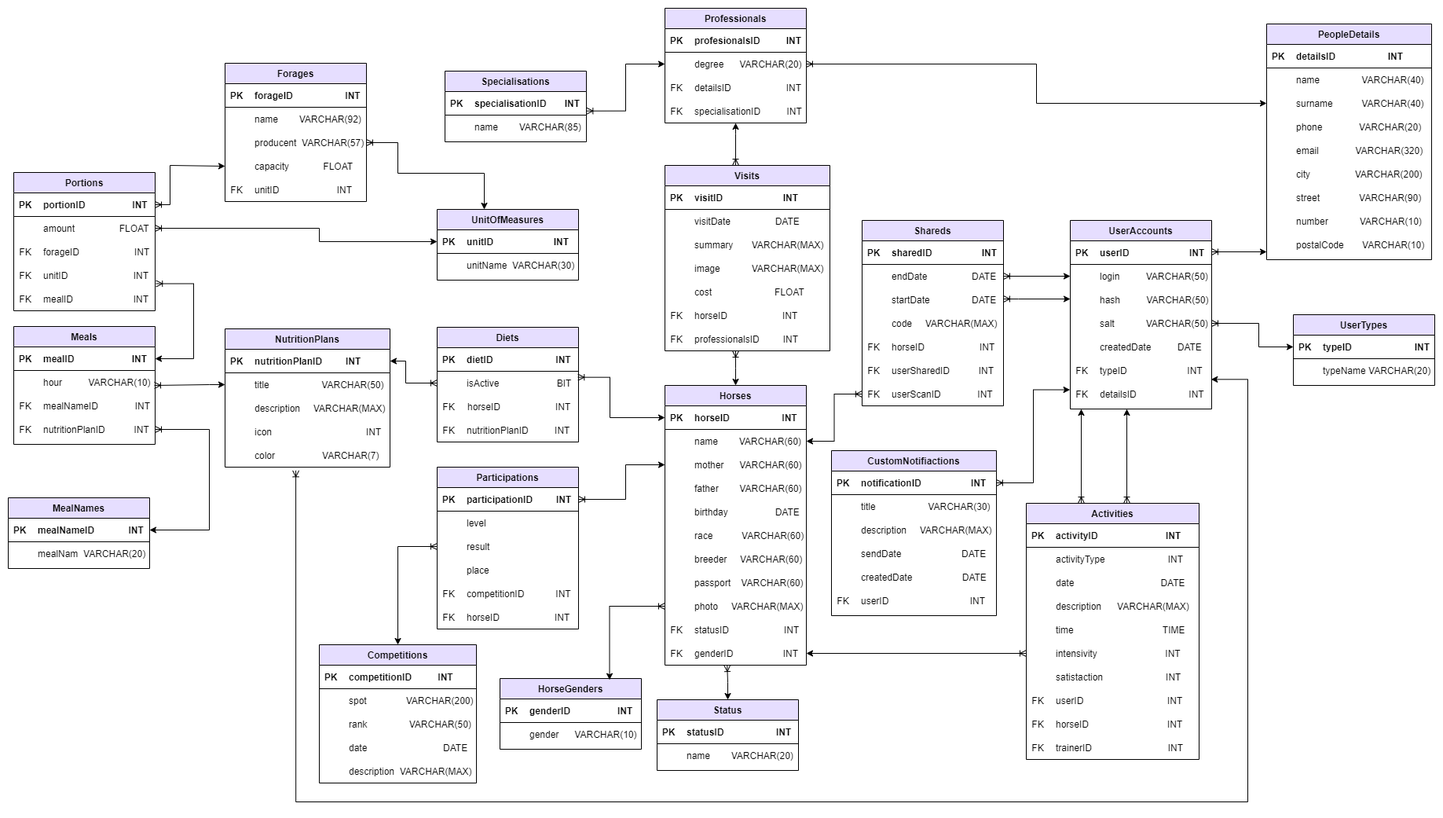
This is Diagrams/Diagram fizyczny.png from NSzymczak/HorseTracking, a draw.io export, as it was before one commit. Source tidied: cells renumbered, new cells last; positions are measured from the earlier drawing's top-left corner, leaving out a move shared by most shapes.
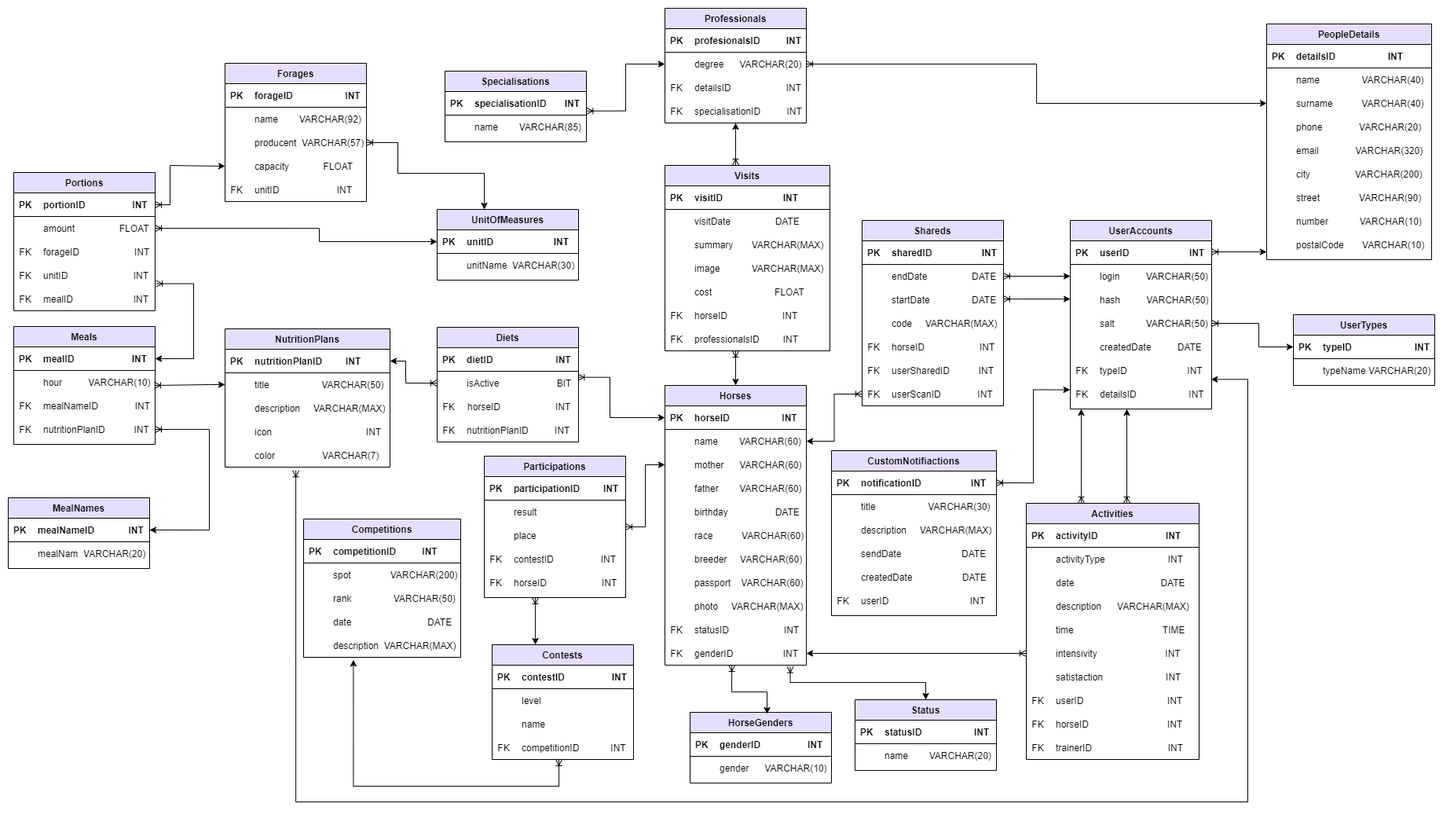
The same diagram one commit later.

What changed in the source:
```diff
@@ -354,7 +354,7 @@
       <mxGeometry x="30" width="180" height="30" as="geometry" />
     </mxCell>
     <mxCell id="119" value="Status" style="swimlane;fontStyle=1;align=center;verticalAlign=top;horizontal=1;startSize=26;rounded=0;shadow=0;strokeWidth=1;separatorColor=#000000;separatorStrokeWidth=1;swimlaneFillColor=#FFFFFF;fillColor=#E6DEFF;" parent="1" vertex="1">
-      <mxGeometry x="826" y="880" width="180" height="90" as="geometry" />
+      <mxGeometry x="1078" y="880" width="180" height="90" as="geometry" />
     </mxCell>
     <mxCell id="120" style="shape=tableRow;horizontal=0;startSize=0;swimlaneHead=0;swimlaneBody=0;fillColor=none;top=0;left=0;right=0;bottom=1;strokeColor=#000000;" parent="119" vertex="1">
       <mxGeometry y="26" width="180" height="30" as="geometry" />
@@ -375,7 +375,7 @@
       <mxGeometry x="30" width="150" height="30" as="geometry" />
     </mxCell>
     <mxCell id="126" value="HorseGenders" style="swimlane;fontStyle=1;align=center;verticalAlign=top;horizontal=1;startSize=26;rounded=0;shadow=0;strokeWidth=1;separatorColor=#000000;separatorStrokeWidth=1;swimlaneFillColor=#FFFFFF;fillColor=#E6DEFF;" parent="1" vertex="1">
-      <mxGeometry x="626" y="853" width="180" height="90" as="geometry" />
+      <mxGeometry x="868" y="896" width="180" height="90" as="geometry" />
     </mxCell>
     <mxCell id="127" style="shape=tableRow;horizontal=0;startSize=0;swimlaneHead=0;swimlaneBody=0;fillColor=none;top=0;left=0;right=0;bottom=1;strokeColor=#000000;" parent="126" vertex="1">
       <mxGeometry y="26" width="180" height="30" as="geometry" />
@@ -723,7 +723,7 @@
       <mxGeometry x="30" width="180" height="30" as="geometry" />
     </mxCell>
     <mxCell id="242" value="Competitions" style="swimlane;fontStyle=1;align=center;verticalAlign=top;horizontal=1;startSize=26;rounded=0;shadow=0;strokeWidth=1;separatorColor=#000000;separatorStrokeWidth=1;swimlaneFillColor=#FFFFFF;fillColor=#E6DEFF;" parent="1" vertex="1">
-      <mxGeometry x="396" y="810" width="200" height="176" as="geometry" />
+      <mxGeometry x="376" y="650" width="200" height="176" as="geometry" />
     </mxCell>
     <mxCell id="243" style="shape=tableRow;horizontal=0;startSize=0;swimlaneHead=0;swimlaneBody=0;fillColor=none;top=0;left=0;right=0;bottom=1;strokeColor=#000000;" parent="242" vertex="1">
       <mxGeometry y="26" width="200" height="30" as="geometry" />
@@ -771,7 +771,7 @@
       <mxGeometry x="30" width="170" height="30" as="geometry" />
     </mxCell>
     <mxCell id="258" value="Participations" style="swimlane;fontStyle=1;align=center;verticalAlign=top;horizontal=1;startSize=26;rounded=0;shadow=0;strokeWidth=1;separatorColor=#000000;separatorStrokeWidth=1;swimlaneFillColor=#FFFFFF;fillColor=#E6DEFF;" parent="1" vertex="1">
-      <mxGeometry x="546" y="584" width="180" height="206" as="geometry" />
+      <mxGeometry x="606" y="570" width="180" height="180" as="geometry" />
     </mxCell>
     <mxCell id="259" style="shape=tableRow;horizontal=0;startSize=0;swimlaneHead=0;swimlaneBody=0;fillColor=none;points=[[0,0.5],[1,0.5]];portConstraint=eastwest;top=0;left=0;right=0;bottom=1;strokeColor=#000000;" parent="258" vertex="1">
       <mxGeometry y="26" width="180" height="30" as="geometry" />
@@ -782,17 +782,8 @@
     <mxCell id="261" value="participationID         INT" style="shape=partialRectangle;fillColor=none;top=0;left=0;bottom=0;right=0;align=left;spacingLeft=6;fontStyle=1;overflow=hidden;strokeColor=#000000;" parent="259" vertex="1">
       <mxGeometry x="30" width="150" height="30" as="geometry" />
     </mxCell>
-    <mxCell id="262" style="shape=tableRow;horizontal=0;startSize=0;swimlaneHead=0;swimlaneBody=0;fillColor=none;top=0;left=0;right=0;bottom=0;strokeColor=#000000;" parent="258" vertex="1">
-      <mxGeometry y="56" width="180" height="30" as="geometry" />
-    </mxCell>
-    <mxCell id="263" style="shape=partialRectangle;fillColor=none;top=0;left=0;bottom=0;right=0;overflow=hidden;strokeColor=#000000;" parent="262" vertex="1">
-      <mxGeometry width="30" height="30" as="geometry" />
-    </mxCell>
-    <mxCell id="264" value="level" style="shape=partialRectangle;fillColor=none;top=0;left=0;bottom=0;right=0;align=left;spacingLeft=6;overflow=hidden;strokeColor=#000000;" parent="262" vertex="1">
-      <mxGeometry x="30" width="150" height="30" as="geometry" />
-    </mxCell>
     <mxCell id="265" style="shape=tableRow;horizontal=0;startSize=0;swimlaneHead=0;swimlaneBody=0;fillColor=none;points=[[0,0.5],[1,0.5]];portConstraint=eastwest;top=0;left=0;right=0;bottom=0;strokeColor=#000000;" parent="258" vertex="1">
-      <mxGeometry y="86" width="180" height="30" as="geometry" />
+      <mxGeometry y="56" width="180" height="30" as="geometry" />
     </mxCell>
     <mxCell id="266" style="shape=partialRectangle;fillColor=none;top=0;left=0;bottom=0;right=0;overflow=hidden;strokeColor=#000000;" parent="265" vertex="1">
       <mxGeometry width="30" height="30" as="geometry" />
@@ -801,7 +792,7 @@
       <mxGeometry x="30" width="150" height="30" as="geometry" />
     </mxCell>
     <mxCell id="268" style="shape=tableRow;horizontal=0;startSize=0;swimlaneHead=0;swimlaneBody=0;fillColor=none;top=0;left=0;right=0;bottom=0;strokeColor=#000000;" parent="258" vertex="1">
-      <mxGeometry y="116" width="180" height="30" as="geometry" />
+      <mxGeometry y="86" width="180" height="30" as="geometry" />
     </mxCell>
     <mxCell id="269" style="shape=partialRectangle;fillColor=none;top=0;left=0;bottom=0;right=0;overflow=hidden;strokeColor=#000000;" parent="268" vertex="1">
       <mxGeometry width="30" height="30" as="geometry" />
@@ -810,16 +801,16 @@
       <mxGeometry x="30" width="150" height="30" as="geometry" />
     </mxCell>
     <mxCell id="271" style="shape=tableRow;horizontal=0;startSize=0;swimlaneHead=0;swimlaneBody=0;fillColor=none;top=0;left=0;right=0;bottom=0;strokeColor=#000000;" parent="258" vertex="1">
-      <mxGeometry y="146" width="180" height="30" as="geometry" />
+      <mxGeometry y="116" width="180" height="30" as="geometry" />
     </mxCell>
     <mxCell id="272" value="FK" style="shape=partialRectangle;fillColor=none;top=0;left=0;bottom=0;right=0;overflow=hidden;strokeColor=#000000;" parent="271" vertex="1">
       <mxGeometry width="30" height="30" as="geometry" />
     </mxCell>
-    <mxCell id="273" value="competitionID            INT" style="shape=partialRectangle;fillColor=none;top=0;left=0;bottom=0;right=0;align=left;spacingLeft=6;overflow=hidden;strokeColor=#000000;" parent="271" vertex="1">
+    <mxCell id="273" value="contestID                  INT" style="shape=partialRectangle;fillColor=none;top=0;left=0;bottom=0;right=0;align=left;spacingLeft=6;overflow=hidden;strokeColor=#000000;" parent="271" vertex="1">
       <mxGeometry x="30" width="150" height="30" as="geometry" />
     </mxCell>
     <mxCell id="274" style="shape=tableRow;horizontal=0;startSize=0;swimlaneHead=0;swimlaneBody=0;fillColor=none;top=0;left=0;right=0;bottom=0;strokeColor=#000000;" parent="258" vertex="1">
-      <mxGeometry y="176" width="180" height="30" as="geometry" />
+      <mxGeometry y="146" width="180" height="30" as="geometry" />
     </mxCell>
     <mxCell id="275" value="FK" style="shape=partialRectangle;fillColor=none;top=0;left=0;bottom=0;right=0;overflow=hidden;strokeColor=#000000;" parent="274" vertex="1">
       <mxGeometry width="30" height="30" as="geometry" />
@@ -1046,13 +1037,20 @@
     <mxCell id="346" style="fontSize=12;html=1;endArrow=ERoneToMany;rounded=0;startArrow=classic;startFill=1;exitX=-0.002;exitY=0.318;exitDx=0;exitDy=0;exitPerimeter=0;entryX=1;entryY=0.5;entryDx=0;entryDy=0;edgeStyle=orthogonalEdgeStyle;" parent="1" edge="1" source="97" target="101">
       <mxGeometry relative="1" as="geometry" />
     </mxCell>
-    <mxCell id="347" style="fontSize=12;html=1;endArrow=ERoneToMany;rounded=0;startArrow=classic;startFill=1;exitX=0.5;exitY=0;exitDx=0;exitDy=0;entryX=0.44;entryY=1.003;entryDx=0;entryDy=0;edgeStyle=orthogonalEdgeStyle;entryPerimeter=0;" parent="1" edge="1" source="119" target="54">
-      <mxGeometry relative="1" as="geometry" />
+    <mxCell id="347" style="fontSize=12;html=1;endArrow=ERoneToMany;rounded=0;startArrow=classic;startFill=1;exitX=0.5;exitY=0;exitDx=0;exitDy=0;edgeStyle=orthogonalEdgeStyle;entryX=0.886;entryY=1.053;entryDx=0;entryDy=0;entryPerimeter=0;" parent="1" edge="1" source="119" target="54">
+      <mxGeometry relative="1" as="geometry">
+        <Array as="points">
+          <mxPoint x="1168" y="858" />
+          <mxPoint x="996" y="858" />
+        </Array>
+      </mxGeometry>
     </mxCell>
-    <mxCell id="348" style="fontSize=12;html=1;endArrow=ERoneToMany;rounded=0;startArrow=classic;startFill=1;entryX=0;entryY=0.5;entryDx=0;entryDy=0;edgeStyle=orthogonalEdgeStyle;exitX=0.775;exitY=0.019;exitDx=0;exitDy=0;exitPerimeter=0;" parent="1" edge="1" source="126" target="48">
+    <mxCell id="348" style="fontSize=12;html=1;endArrow=ERoneToMany;rounded=0;startArrow=classic;startFill=1;entryX=0.473;entryY=1.001;entryDx=0;entryDy=0;edgeStyle=orthogonalEdgeStyle;entryPerimeter=0;" parent="1" edge="1" target="54">
       <mxGeometry relative="1" as="geometry">
+        <mxPoint x="966" y="898" as="sourcePoint" />
         <Array as="points">
-          <mxPoint x="766" y="761" />
+          <mxPoint x="966" y="870" />
+          <mxPoint x="921" y="870" />
         </Array>
       </mxGeometry>
     </mxCell>
@@ -1123,13 +1121,8 @@
         </Array>
       </mxGeometry>
     </mxCell>
-    <mxCell id="359" style="fontSize=12;html=1;endArrow=ERoneToMany;rounded=0;startArrow=classic;startFill=1;edgeStyle=orthogonalEdgeStyle;exitX=0;exitY=0.5;exitDx=0;exitDy=0;" parent="1" edge="1" source="31" target="259">
-      <mxGeometry relative="1" as="geometry">
-        <Array as="points">
-          <mxPoint x="786" y="581" />
-          <mxPoint x="786" y="625" />
-        </Array>
-      </mxGeometry>
+    <mxCell id="359" style="fontSize=12;html=1;endArrow=ERoneToMany;rounded=0;startArrow=classic;startFill=1;edgeStyle=orthogonalEdgeStyle;exitX=0;exitY=0.5;exitDx=0;exitDy=0;" parent="1" edge="1" source="31" target="258">
+      <mxGeometry relative="1" as="geometry" />
     </mxCell>
     <mxCell id="360" style="fontSize=12;html=1;endArrow=ERoneToMany;rounded=0;startArrow=classic;startFill=1;edgeStyle=orthogonalEdgeStyle;entryX=0;entryY=0.5;entryDx=0;entryDy=0;" parent="1" edge="1" source="227" target="281">
       <mxGeometry relative="1" as="geometry">
@@ -1139,10 +1132,11 @@
         </Array>
       </mxGeometry>
     </mxCell>
-    <mxCell id="361" style="fontSize=12;html=1;endArrow=ERoneToMany;rounded=0;startArrow=classic;startFill=1;edgeStyle=orthogonalEdgeStyle;exitX=0.5;exitY=0;exitDx=0;exitDy=0;entryX=0;entryY=0.5;entryDx=0;entryDy=0;" parent="1" edge="1" source="242" target="265">
+    <mxCell id="361" style="fontSize=12;html=1;endArrow=ERoneToMany;rounded=0;startArrow=classic;startFill=1;edgeStyle=orthogonalEdgeStyle;exitX=0.317;exitY=1.107;exitDx=0;exitDy=0;exitPerimeter=0;" parent="1" edge="1" source="255" target="377">
       <mxGeometry relative="1" as="geometry">
         <Array as="points">
-          <mxPoint x="496" y="685" />
+          <mxPoint x="439" y="990" />
+          <mxPoint x="701" y="990" />
         </Array>
       </mxGeometry>
     </mxCell>
@@ -1205,5 +1199,53 @@
         </Array>
       </mxGeometry>
     </mxCell>
+    <mxCell id="369" value="Contests" style="swimlane;fontStyle=1;align=center;verticalAlign=top;horizontal=1;startSize=26;rounded=0;shadow=0;strokeWidth=1;separatorColor=#000000;separatorStrokeWidth=1;swimlaneFillColor=#FFFFFF;fillColor=#E6DEFF;" parent="1" vertex="1">
+      <mxGeometry x="616" y="810" width="180" height="146" as="geometry" />
+    </mxCell>
+    <mxCell id="370" style="shape=tableRow;horizontal=0;startSize=0;swimlaneHead=0;swimlaneBody=0;fillColor=none;top=0;left=0;right=0;bottom=1;strokeColor=#000000;" parent="369" vertex="1">
+      <mxGeometry y="26" width="180" height="30" as="geometry" />
+    </mxCell>
+    <mxCell id="371" value="PK" style="shape=partialRectangle;fillColor=none;top=0;left=0;bottom=0;right=0;fontStyle=1;overflow=hidden;strokeColor=#000000;" parent="370" vertex="1">
+      <mxGeometry width="30" height="30" as="geometry" />
+    </mxCell>
+    <mxCell id="372" value="contestID                  INT" style="shape=partialRectangle;fillColor=none;top=0;left=0;bottom=0;right=0;align=left;spacingLeft=6;fontStyle=1;overflow=hidden;strokeColor=#000000;" parent="370" vertex="1">
+      <mxGeometry x="30" width="150" height="30" as="geometry" />
+    </mxCell>
+    <mxCell id="262" style="shape=tableRow;horizontal=0;startSize=0;swimlaneHead=0;swimlaneBody=0;fillColor=none;top=0;left=0;right=0;bottom=0;strokeColor=#000000;" parent="369" vertex="1">
+      <mxGeometry y="56" width="180" height="30" as="geometry" />
+    </mxCell>
+    <mxCell id="373" style="shape=partialRectangle;fillColor=none;top=0;left=0;bottom=0;right=0;overflow=hidden;strokeColor=#000000;" parent="262" vertex="1">
+      <mxGeometry width="30" height="30" as="geometry" />
+    </mxCell>
+    <mxCell id="264" value="level" style="shape=partialRectangle;fillColor=none;top=0;left=0;bottom=0;right=0;align=left;spacingLeft=6;overflow=hidden;strokeColor=#000000;" parent="262" vertex="1">
+      <mxGeometry x="30" width="150" height="30" as="geometry" />
+    </mxCell>
+    <mxCell id="374" style="shape=tableRow;horizontal=0;startSize=0;swimlaneHead=0;swimlaneBody=0;fillColor=none;top=0;left=0;right=0;bottom=0;strokeColor=#000000;" parent="369" vertex="1">
+      <mxGeometry y="86" width="180" height="30" as="geometry" />
+    </mxCell>
+    <mxCell id="375" style="shape=partialRectangle;fillColor=none;top=0;left=0;bottom=0;right=0;overflow=hidden;strokeColor=#000000;" parent="374" vertex="1">
+      <mxGeometry width="30" height="30" as="geometry" />
+    </mxCell>
+    <mxCell id="376" value="name" style="shape=partialRectangle;fillColor=none;top=0;left=0;bottom=0;right=0;align=left;spacingLeft=6;overflow=hidden;strokeColor=#000000;" parent="374" vertex="1">
+      <mxGeometry x="30" width="150" height="30" as="geometry" />
+    </mxCell>
+    <mxCell id="377" style="shape=tableRow;horizontal=0;startSize=0;swimlaneHead=0;swimlaneBody=0;fillColor=none;points=[[0,0.5],[1,0.5]];portConstraint=eastwest;top=0;left=0;right=0;bottom=0;strokeColor=#000000;" parent="369" vertex="1">
+      <mxGeometry y="116" width="180" height="30" as="geometry" />
+    </mxCell>
+    <mxCell id="378" value="FK" style="shape=partialRectangle;fillColor=none;top=0;left=0;bottom=0;right=0;overflow=hidden;strokeColor=#000000;" parent="377" vertex="1">
+      <mxGeometry width="30" height="30" as="geometry" />
+    </mxCell>
+    <mxCell id="379" value="competitionID            INT" style="shape=partialRectangle;fillColor=none;top=0;left=0;bottom=0;right=0;align=left;spacingLeft=6;overflow=hidden;strokeColor=#000000;" parent="377" vertex="1">
+      <mxGeometry x="30" width="150" height="30" as="geometry" />
+    </mxCell>
+    <mxCell id="380" style="fontSize=12;html=1;endArrow=ERoneToMany;rounded=0;startArrow=classic;startFill=1;edgeStyle=orthogonalEdgeStyle;" parent="1" edge="1" source="369">
+      <mxGeometry relative="1" as="geometry">
+        <mxPoint x="671" y="750" as="targetPoint" />
+        <Array as="points">
+          <mxPoint x="671" y="760" />
+          <mxPoint x="671" y="760" />
+        </Array>
+      </mxGeometry>
+    </mxCell>
   </root>
 </mxGraphModel>
```
